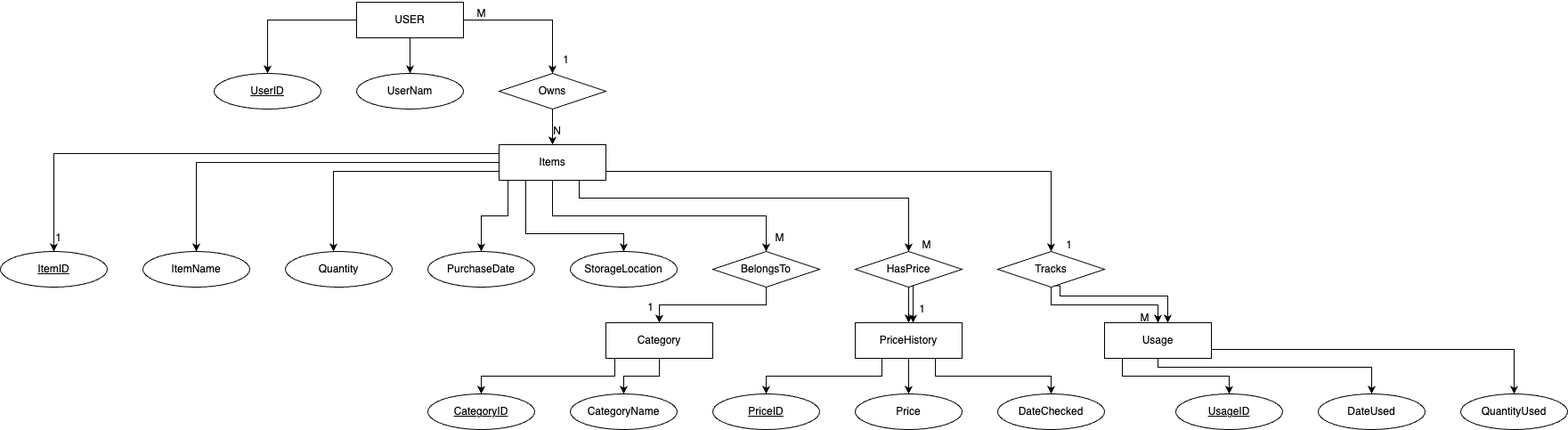
The draw.io diagram Database/Draft_ERD.drawio.png in anhvuanhvu/SPU_CSC3220_W25_T7, before a commit. Source tidied: cells renumbered, new cells last; positions are measured from the earlier drawing's top-left corner, leaving out a move shared by most shapes.
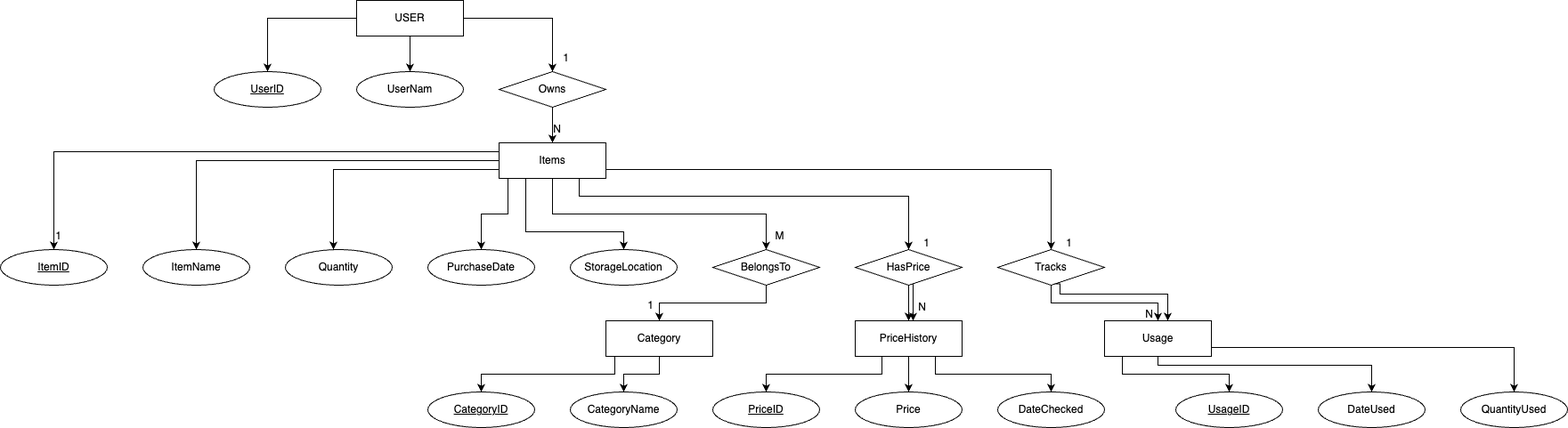
The same file after the commit.

Diff of the diagram source:
```diff
@@ -208,12 +208,9 @@
     <mxCell id="52" value="1" style="text;html=1;align=center;verticalAlign=middle;strokeColor=none;fillColor=none;" parent="1" vertex="1">
       <mxGeometry x="50" y="252" width="30" height="30" as="geometry" />
     </mxCell>
-    <mxCell id="53" value="1" style="text;html=1;align=center;verticalAlign=middle;strokeColor=none;fillColor=none;" parent="1" vertex="1">
+    <mxCell id="53" value="N" style="text;html=1;align=center;verticalAlign=middle;strokeColor=none;fillColor=none;" parent="1" vertex="1">
       <mxGeometry x="1020" y="332" width="30" height="30" as="geometry" />
     </mxCell>
-    <mxCell id="54" value="M" style="text;html=1;align=center;verticalAlign=middle;strokeColor=none;fillColor=none;" parent="1" vertex="1">
-      <mxGeometry x="1270" y="342" width="30" height="30" as="geometry" />
-    </mxCell>
     <mxCell id="55" value="1" style="text;html=1;align=center;verticalAlign=middle;strokeColor=none;fillColor=none;" parent="1" vertex="1">
       <mxGeometry x="715" y="330" width="30" height="30" as="geometry" />
     </mxCell>
@@ -223,12 +220,9 @@
     <mxCell id="57" value="1" style="text;html=1;align=center;verticalAlign=middle;strokeColor=none;fillColor=none;" parent="1" vertex="1">
       <mxGeometry x="1185" y="260" width="30" height="30" as="geometry" />
     </mxCell>
-    <mxCell id="58" value="M" style="text;html=1;align=center;verticalAlign=middle;strokeColor=none;fillColor=none;" parent="1" vertex="1">
+    <mxCell id="58" value="1" style="text;html=1;align=center;verticalAlign=middle;strokeColor=none;fillColor=none;" parent="1" vertex="1">
       <mxGeometry x="1025" y="260" width="30" height="30" as="geometry" />
     </mxCell>
-    <mxCell id="59" value="M" style="text;html=1;align=center;verticalAlign=middle;strokeColor=none;fillColor=none;" parent="1" vertex="1">
-      <mxGeometry x="525" width="30" height="30" as="geometry" />
-    </mxCell>
     <mxCell id="60" style="edgeStyle=orthogonalEdgeStyle;rounded=0;orthogonalLoop=1;jettySize=auto;html=1;exitX=0.5;exitY=1;exitDx=0;exitDy=0;" parent="1" edge="1">
       <mxGeometry relative="1" as="geometry">
         <mxPoint x="1025" y="320" as="sourcePoint" />
@@ -246,5 +240,8 @@
         </Array>
       </mxGeometry>
     </mxCell>
+    <mxCell id="62" value="N" style="text;html=1;align=center;verticalAlign=middle;strokeColor=none;fillColor=none;" parent="1" vertex="1">
+      <mxGeometry x="1275" y="340" width="30" height="30" as="geometry" />
+    </mxCell>
   </root>
 </mxGraphModel>
```
